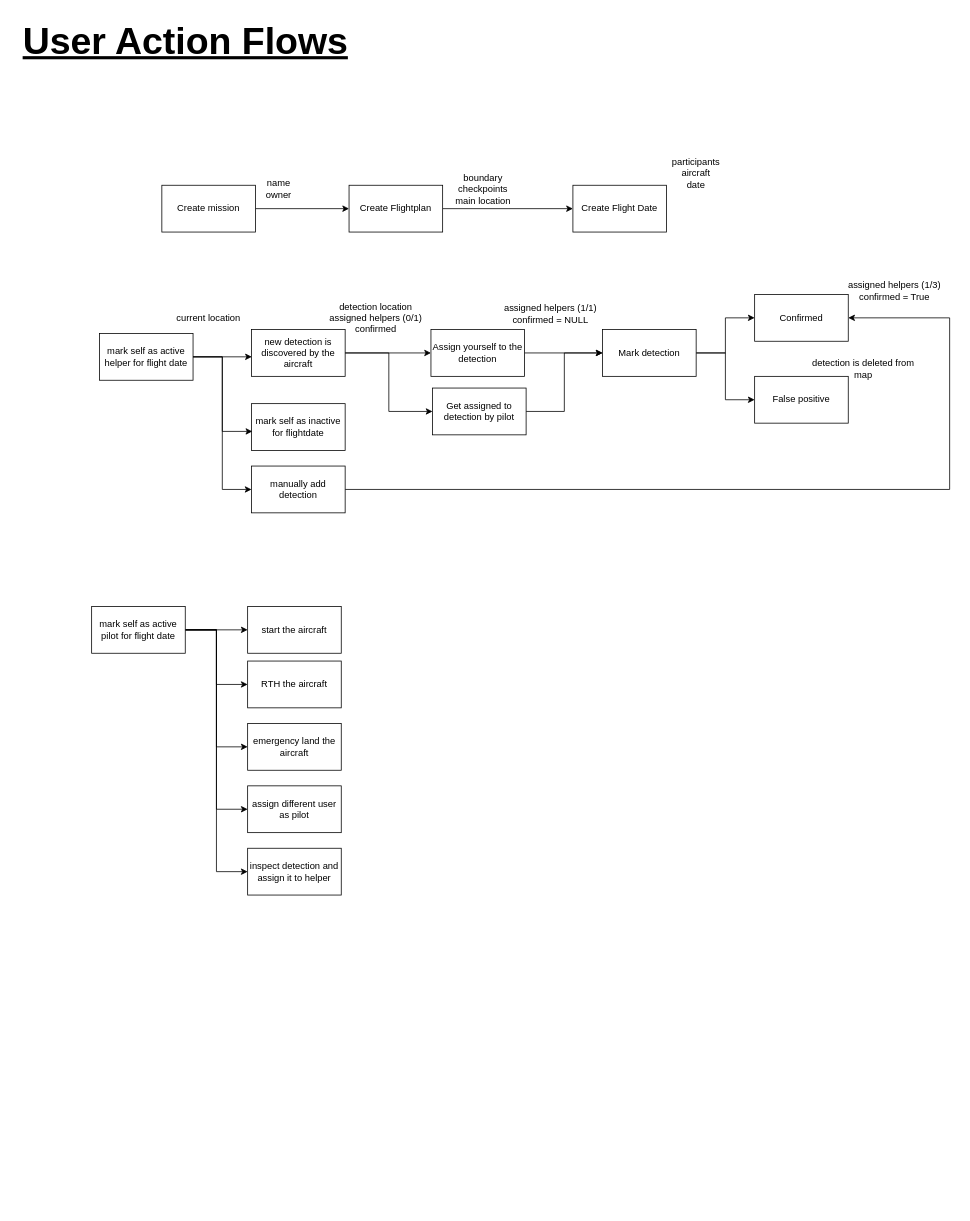
Before: UserActions.drawio in FawnRescue/planning, a draw.io diagram. Source tidied: cells renumbered, new cells numbered last; positions are measured from the earlier drawing's top-left corner, leaving out a move shared by most shapes. Both pictures are drawn from the tidied source at 78%, with x=0, y=0 at pixel (13, 13).
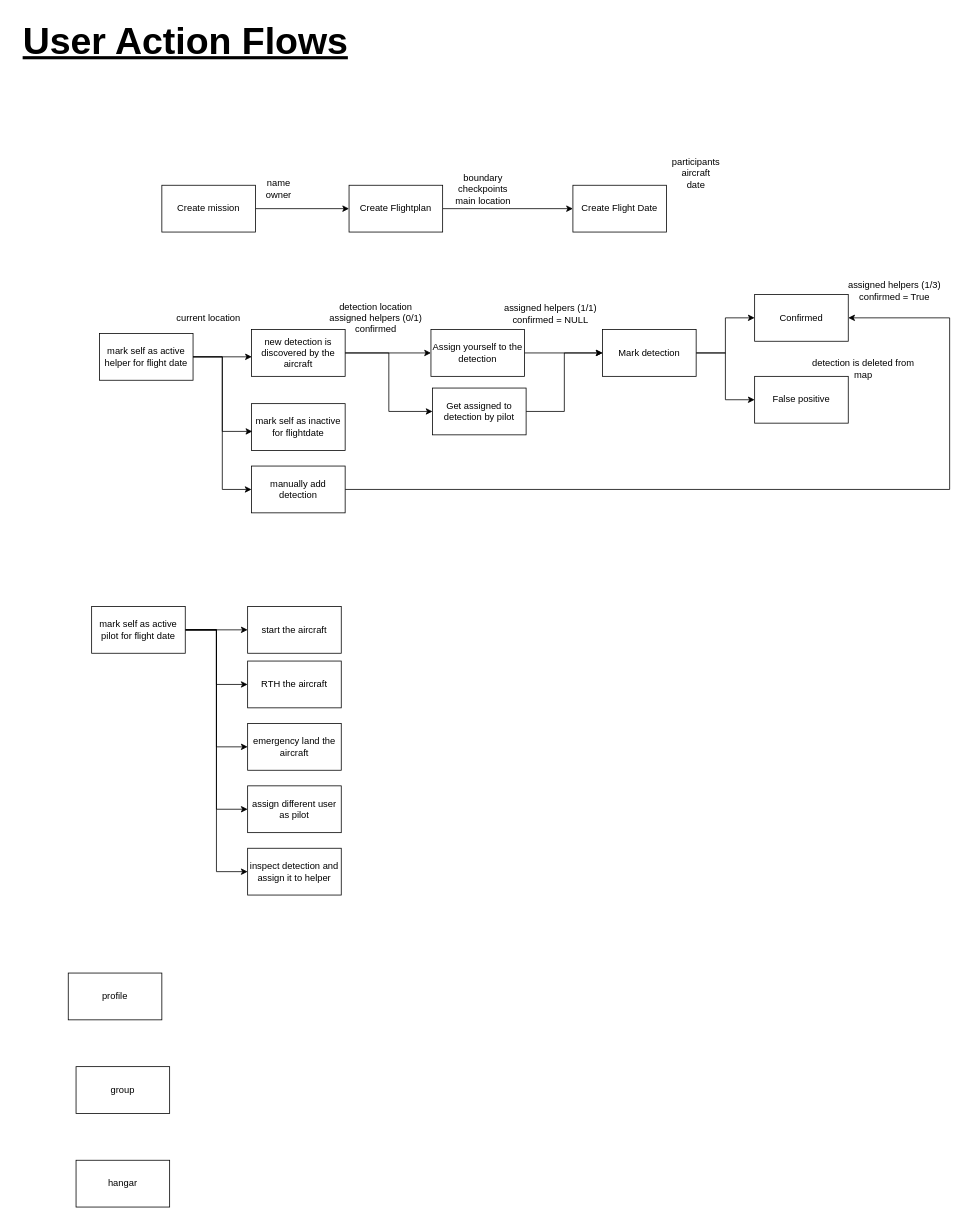
The same diagram, later.

Diff of the diagram source:
```diff
@@
+    <mxCell id="46" value="&lt;div&gt;profile&lt;/div&gt;" style="rounded=0;whiteSpace=wrap;html=1;" parent="1" vertex="1">
+      <mxGeometry x="70" y="1230" width="120" height="60" as="geometry" />
+    </mxCell>
+    <mxCell id="47" value="group" style="rounded=0;whiteSpace=wrap;html=1;" parent="1" vertex="1">
+      <mxGeometry x="80" y="1350" width="120" height="60" as="geometry" />
+    </mxCell>
+    <mxCell id="48" value="hangar" style="rounded=0;whiteSpace=wrap;html=1;" parent="1" vertex="1">
+      <mxGeometry x="80" y="1470" width="120" height="60" as="geometry" />
+    </mxCell>
```
